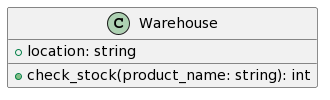
This is Sysco Lisburn_WarehouseClass.png from BlueLaguna2/IIoT-Recommender, a PlantUML export, as it was before one commit.
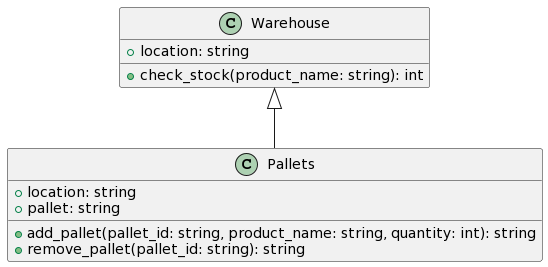
Later version of the same file.

What changed in the source:
```diff
@@ -1,6 +1,14 @@
 @startuml
+Warehouse <|-- Pallets
 class Warehouse {
     +location: string
     +check_stock(product_name: string): int
     }
+
+class Pallets {
+    +location: string
+    +pallet: string
+    +add_pallet(pallet_id: string, product_name: string, quantity: int): string
+    +remove_pallet(pallet_id: string): string
+    }
 @enduml
```
